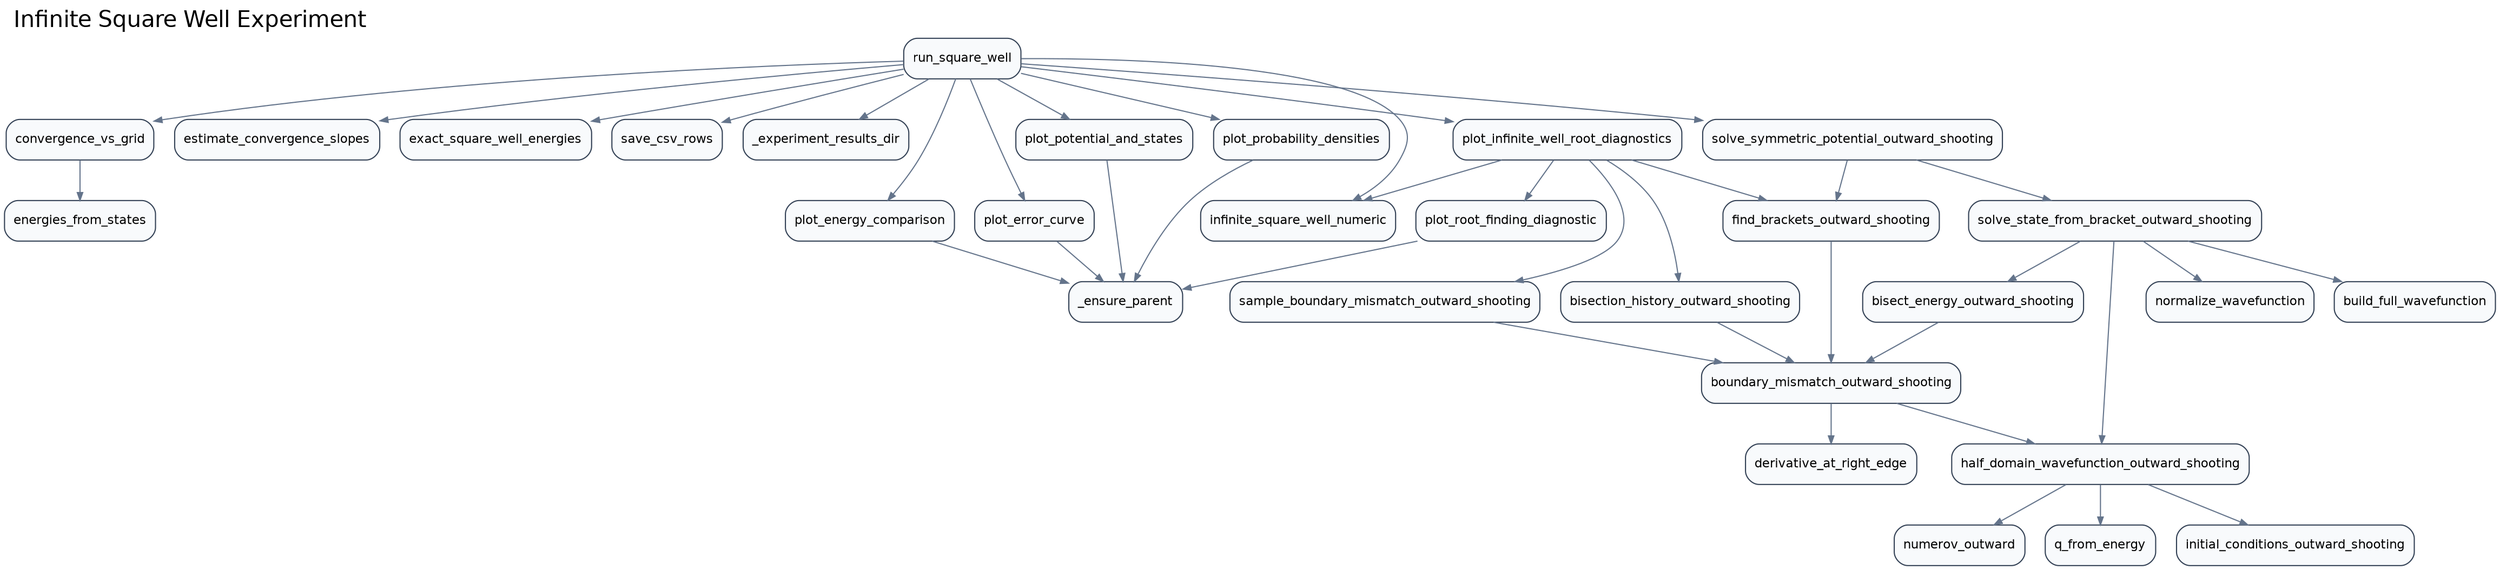
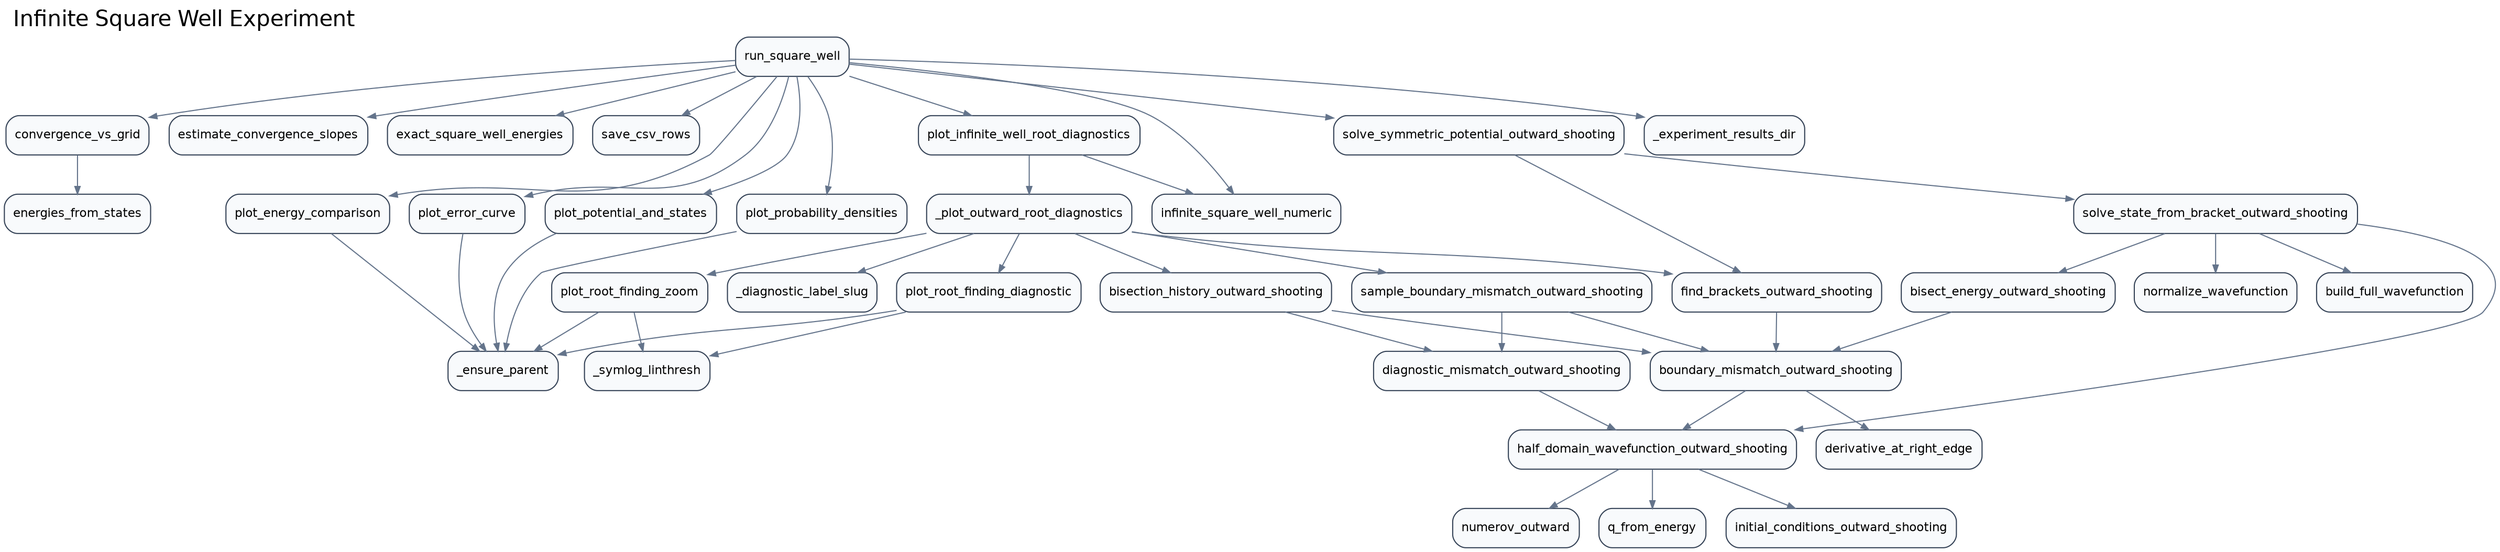
digraph G {
  rankdir="TB";
  graph [labeljust="l", labelloc="t", fontsize=20, fontname="Helvetica"];
  label="Infinite Square Well Experiment";
  node [shape=box, style="rounded,filled", fillcolor="#F8FAFC", color="#334155", fontname="Helvetica", fontsize=11];
  edge [color="#64748B", arrowsize=0.7];
  src_analysis_convergence_vs_grid [label="convergence_vs_grid"];
  src_analysis_energies_from_states [label="energies_from_states"];
  src_analysis_estimate_convergence_slopes [label="estimate_convergence_slopes"];
  src_analysis_exact_square_well_energies [label="exact_square_well_energies"];
  src_analysis_save_csv_rows [label="save_csv_rows"];
+   src_diagnostics__diagnostic_label_slug [label="_diagnostic_label_slug"];
+   src_diagnostics__plot_outward_root_diagnostics [label="_plot_outward_root_diagnostics"];
+   src_diagnostics_plot_infinite_well_root_diagnostics [label="plot_infinite_well_root_diagnostics"];
  src_experiments__experiment_results_dir [label="_experiment_results_dir"];
-   src_experiments_plot_infinite_well_root_diagnostics [label="plot_infinite_well_root_diagnostics"];
  src_experiments_run_square_well [label="run_square_well"];
  src_numerov_derivative_at_right_edge [label="derivative_at_right_edge"];
  src_numerov_normalize_wavefunction [label="normalize_wavefunction"];
  src_numerov_numerov_outward [label="numerov_outward"];
  src_numerov_q_from_energy [label="q_from_energy"];
  src_plotting__ensure_parent [label="_ensure_parent"];
+   src_plotting__symlog_linthresh [label="_symlog_linthresh"];
  src_plotting_plot_energy_comparison [label="plot_energy_comparison"];
  src_plotting_plot_error_curve [label="plot_error_curve"];
  src_plotting_plot_potential_and_states [label="plot_potential_and_states"];
  src_plotting_plot_probability_densities [label="plot_probability_densities"];
  src_plotting_plot_root_finding_diagnostic [label="plot_root_finding_diagnostic"];
+   src_plotting_plot_root_finding_zoom [label="plot_root_finding_zoom"];
  src_potentials_infinite_square_well_numeric [label="infinite_square_well_numeric"];
  src_shooting_bisect_energy_outward_shooting [label="bisect_energy_outward_shooting"];
  src_shooting_bisection_history_outward_shooting [label="bisection_history_outward_shooting"];
  src_shooting_boundary_mismatch_outward_shooting [label="boundary_mismatch_outward_shooting"];
  src_shooting_build_full_wavefunction [label="build_full_wavefunction"];
+   src_shooting_diagnostic_mismatch_outward_shooting [label="diagnostic_mismatch_outward_shooting"];
  src_shooting_find_brackets_outward_shooting [label="find_brackets_outward_shooting"];
  src_shooting_half_domain_wavefunction_outward_shooting [label="half_domain_wavefunction_outward_shooting"];
  src_shooting_initial_conditions_outward_shooting [label="initial_conditions_outward_shooting"];
  src_shooting_sample_boundary_mismatch_outward_shooting [label="sample_boundary_mismatch_outward_shooting"];
  src_shooting_solve_state_from_bracket_outward_shooting [label="solve_state_from_bracket_outward_shooting"];
  src_shooting_solve_symmetric_potential_outward_shooting [label="solve_symmetric_potential_outward_shooting"];
  src_analysis_convergence_vs_grid -> src_analysis_energies_from_states;
-   src_experiments_plot_infinite_well_root_diagnostics -> src_plotting_plot_root_finding_diagnostic;
-   src_experiments_plot_infinite_well_root_diagnostics -> src_potentials_infinite_square_well_numeric;
-   src_experiments_plot_infinite_well_root_diagnostics -> src_shooting_bisection_history_outward_shooting;
-   src_experiments_plot_infinite_well_root_diagnostics -> src_shooting_find_brackets_outward_shooting;
-   src_experiments_plot_infinite_well_root_diagnostics -> src_shooting_sample_boundary_mismatch_outward_shooting;
+   src_diagnostics__plot_outward_root_diagnostics -> src_diagnostics__diagnostic_label_slug;
+   src_diagnostics__plot_outward_root_diagnostics -> src_plotting_plot_root_finding_diagnostic;
+   src_diagnostics__plot_outward_root_diagnostics -> src_plotting_plot_root_finding_zoom;
+   src_diagnostics__plot_outward_root_diagnostics -> src_shooting_bisection_history_outward_shooting;
+   src_diagnostics__plot_outward_root_diagnostics -> src_shooting_find_brackets_outward_shooting;
+   src_diagnostics__plot_outward_root_diagnostics -> src_shooting_sample_boundary_mismatch_outward_shooting;
+   src_diagnostics_plot_infinite_well_root_diagnostics -> src_diagnostics__plot_outward_root_diagnostics;
+   src_diagnostics_plot_infinite_well_root_diagnostics -> src_potentials_infinite_square_well_numeric;
  src_experiments_run_square_well -> src_analysis_convergence_vs_grid;
  src_experiments_run_square_well -> src_analysis_estimate_convergence_slopes;
  src_experiments_run_square_well -> src_analysis_exact_square_well_energies;
  src_experiments_run_square_well -> src_analysis_save_csv_rows;
+   src_experiments_run_square_well -> src_diagnostics_plot_infinite_well_root_diagnostics;
  src_experiments_run_square_well -> src_experiments__experiment_results_dir;
-   src_experiments_run_square_well -> src_experiments_plot_infinite_well_root_diagnostics;
  src_experiments_run_square_well -> src_plotting_plot_energy_comparison;
  src_experiments_run_square_well -> src_plotting_plot_error_curve;
  src_experiments_run_square_well -> src_plotting_plot_potential_and_states;
  src_experiments_run_square_well -> src_plotting_plot_probability_densities;
  src_experiments_run_square_well -> src_potentials_infinite_square_well_numeric;
  src_experiments_run_square_well -> src_shooting_solve_symmetric_potential_outward_shooting;
  src_plotting_plot_energy_comparison -> src_plotting__ensure_parent;
  src_plotting_plot_error_curve -> src_plotting__ensure_parent;
  src_plotting_plot_potential_and_states -> src_plotting__ensure_parent;
  src_plotting_plot_probability_densities -> src_plotting__ensure_parent;
  src_plotting_plot_root_finding_diagnostic -> src_plotting__ensure_parent;
+   src_plotting_plot_root_finding_diagnostic -> src_plotting__symlog_linthresh;
+   src_plotting_plot_root_finding_zoom -> src_plotting__ensure_parent;
+   src_plotting_plot_root_finding_zoom -> src_plotting__symlog_linthresh;
  src_shooting_bisect_energy_outward_shooting -> src_shooting_boundary_mismatch_outward_shooting;
  src_shooting_bisection_history_outward_shooting -> src_shooting_boundary_mismatch_outward_shooting;
+   src_shooting_bisection_history_outward_shooting -> src_shooting_diagnostic_mismatch_outward_shooting;
  src_shooting_boundary_mismatch_outward_shooting -> src_numerov_derivative_at_right_edge;
  src_shooting_boundary_mismatch_outward_shooting -> src_shooting_half_domain_wavefunction_outward_shooting;
+   src_shooting_diagnostic_mismatch_outward_shooting -> src_shooting_half_domain_wavefunction_outward_shooting;
  src_shooting_find_brackets_outward_shooting -> src_shooting_boundary_mismatch_outward_shooting;
  src_shooting_half_domain_wavefunction_outward_shooting -> src_numerov_numerov_outward;
  src_shooting_half_domain_wavefunction_outward_shooting -> src_numerov_q_from_energy;
  src_shooting_half_domain_wavefunction_outward_shooting -> src_shooting_initial_conditions_outward_shooting;
  src_shooting_sample_boundary_mismatch_outward_shooting -> src_shooting_boundary_mismatch_outward_shooting;
+   src_shooting_sample_boundary_mismatch_outward_shooting -> src_shooting_diagnostic_mismatch_outward_shooting;
  src_shooting_solve_state_from_bracket_outward_shooting -> src_numerov_normalize_wavefunction;
  src_shooting_solve_state_from_bracket_outward_shooting -> src_shooting_bisect_energy_outward_shooting;
  src_shooting_solve_state_from_bracket_outward_shooting -> src_shooting_build_full_wavefunction;
  src_shooting_solve_state_from_bracket_outward_shooting -> src_shooting_half_domain_wavefunction_outward_shooting;
  src_shooting_solve_symmetric_potential_outward_shooting -> src_shooting_find_brackets_outward_shooting;
  src_shooting_solve_symmetric_potential_outward_shooting -> src_shooting_solve_state_from_bracket_outward_shooting;
}
